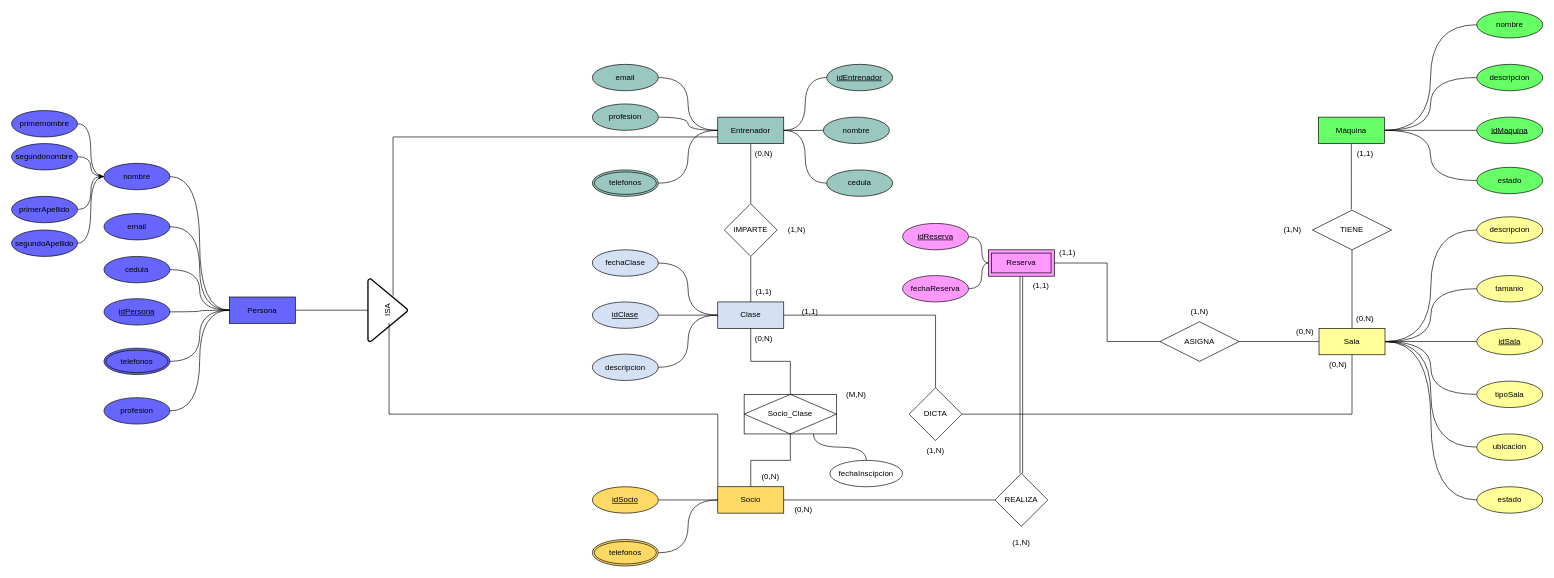
The draw.io diagram GIMNASIO.drawio in Isa4cc/BASE-DE-DATOS-I-DIAGRAMAS, before the edit. Source tidied: cells renumbered, new cells numbered last; positions are measured from the earlier drawing's top-left corner, leaving out a move shared by most shapes. Both pictures are drawn from the tidied source at 66%, with x=0, y=0 at pixel (11, 11).
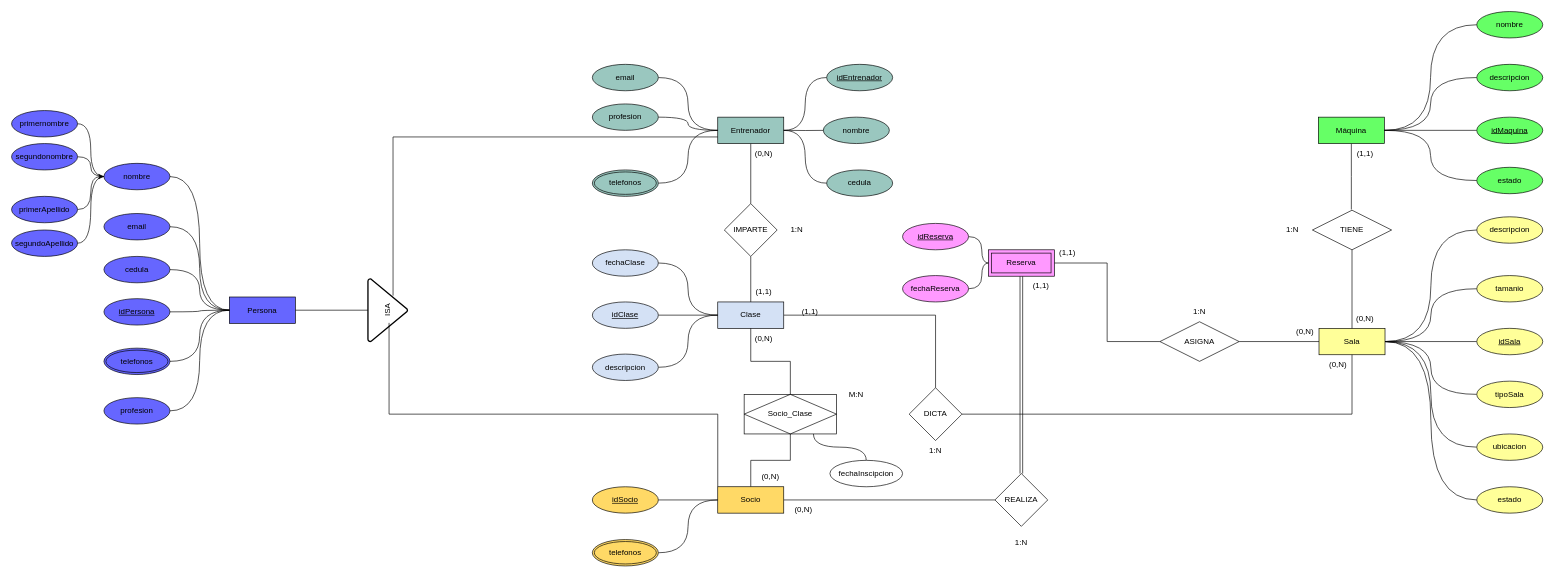
The same page after the edit.

What changed in the source:
```diff
@@
-    <mxCell id="74" value="(1,N)" style="text;html=1;whiteSpace=wrap;strokeColor=none;fillColor=none;align=center;verticalAlign=middle;rounded=0;" parent="1" vertex="1">
+    <mxCell id="74" value="1:N" style="text;html=1;whiteSpace=wrap;strokeColor=none;fillColor=none;align=center;verticalAlign=middle;rounded=0;" parent="1" vertex="1">
       <mxGeometry x="1160" y="316" width="60" height="30" as="geometry" />
     </mxCell>
-    <mxCell id="75" value="(M,N)" style="text;html=1;whiteSpace=wrap;strokeColor=none;fillColor=none;align=center;verticalAlign=middle;rounded=0;" parent="1" vertex="1">
+    <mxCell id="75" value="M:N" style="text;html=1;whiteSpace=wrap;strokeColor=none;fillColor=none;align=center;verticalAlign=middle;rounded=0;" parent="1" vertex="1">
       <mxGeometry x="1250" y="565" width="60" height="30" as="geometry" />
     </mxCell>
@@
-    <mxCell id="78" value="(1,N)" style="text;html=1;whiteSpace=wrap;strokeColor=none;fillColor=none;align=center;verticalAlign=middle;rounded=0;" parent="1" vertex="1">
+    <mxCell id="78" value="1:N" style="text;html=1;whiteSpace=wrap;strokeColor=none;fillColor=none;align=center;verticalAlign=middle;rounded=0;" parent="1" vertex="1">
       <mxGeometry x="1370" y="650" width="60" height="30" as="geometry" />
     </mxCell>
@@
-    <mxCell id="81" value="(1,N)" style="text;html=1;whiteSpace=wrap;strokeColor=none;fillColor=none;align=center;verticalAlign=middle;rounded=0;" parent="1" vertex="1">
+    <mxCell id="81" value="1:N" style="text;html=1;whiteSpace=wrap;strokeColor=none;fillColor=none;align=center;verticalAlign=middle;rounded=0;" parent="1" vertex="1">
       <mxGeometry x="1911" y="316" width="60" height="30" as="geometry" />
     </mxCell>
@@
-    <mxCell id="83" value="(1,N)" style="text;html=1;whiteSpace=wrap;strokeColor=none;fillColor=none;align=center;verticalAlign=middle;rounded=0;" parent="1" vertex="1">
+    <mxCell id="83" value="1:N" style="text;html=1;whiteSpace=wrap;strokeColor=none;fillColor=none;align=center;verticalAlign=middle;rounded=0;" parent="1" vertex="1">
       <mxGeometry x="1500" y="790" width="60" height="30" as="geometry" />
     </mxCell>
@@
-    <mxCell id="87" value="(1,N)" style="text;html=1;whiteSpace=wrap;strokeColor=none;fillColor=none;align=center;verticalAlign=middle;rounded=0;" parent="1" vertex="1">
+    <mxCell id="87" value="1:N" style="text;html=1;whiteSpace=wrap;strokeColor=none;fillColor=none;align=center;verticalAlign=middle;rounded=0;" parent="1" vertex="1">
       <mxGeometry x="1770" y="440" width="60" height="30" as="geometry" />
     </mxCell>
```
